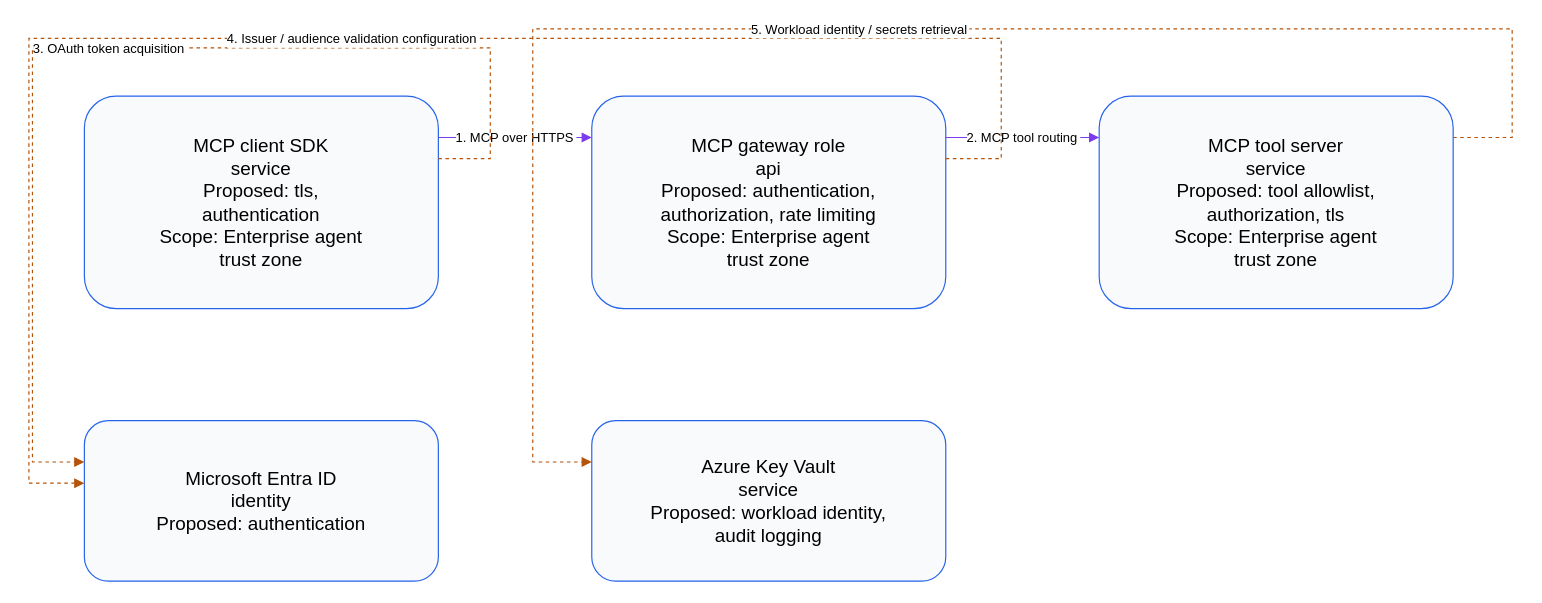
This is page "3 · Identity and tool security" (3 of 5) of docs/downloads/mcp-compact.drawio from avinash7509/archi-made-easy, a draw.io file, before an edit. Source tidied: cells renumbered, new cells numbered last; positions are measured from the earlier drawing's top-left corner, leaving out a move shared by most shapes. Both pictures are drawn from the tidied source at 118%, with x=0, y=0 at pixel (28, 28).
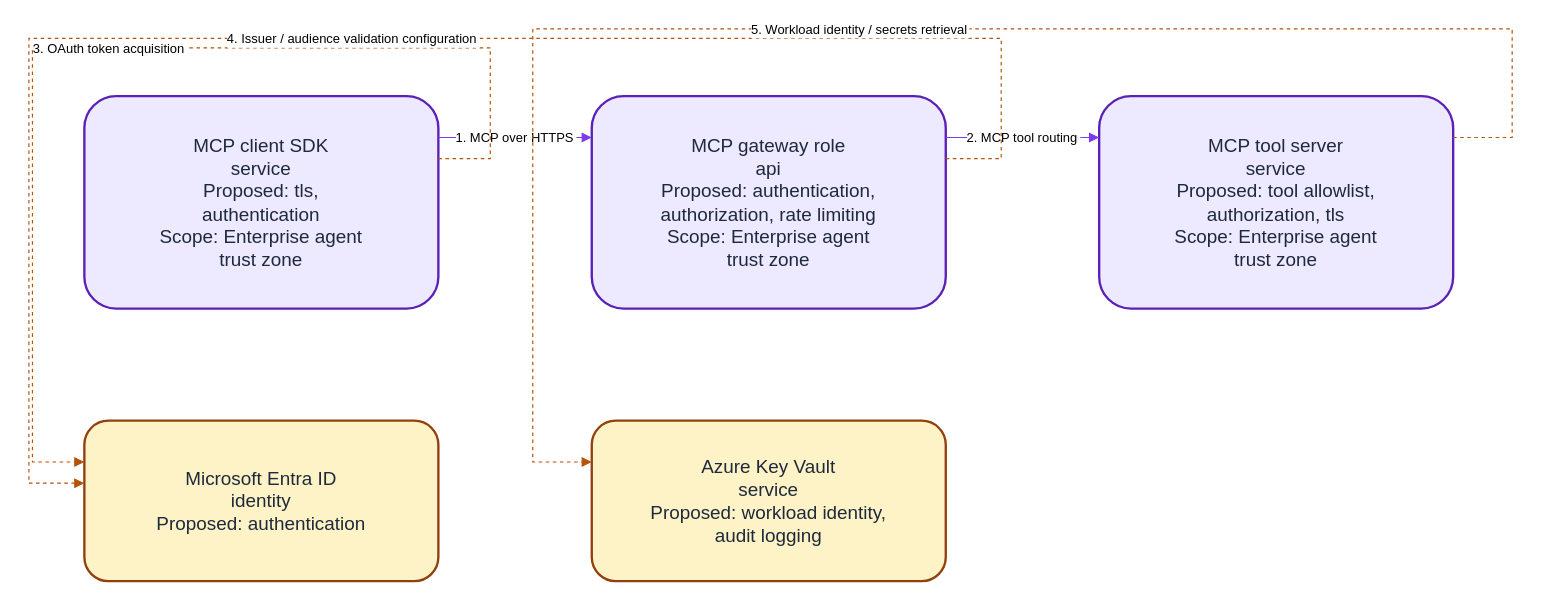
The same page after the edit.

Diff of the diagram source:
```diff
@@
-    <mxCell id="2" value="MCP client SDK&#10;service&#10;Proposed: tls,&#10;authentication&#10;Scope: Enterprise agent&#10;trust zone" style="rounded=1;whiteSpace=wrap;html=0;fontSize=16;fillColor=#f8fafc;strokeColor=#2563eb;" parent="1" vertex="1">
+    <mxCell id="2" value="MCP client SDK&#10;service&#10;Proposed: tls,&#10;authentication&#10;Scope: Enterprise agent&#10;trust zone" style="rounded=1;whiteSpace=wrap;html=0;fontSize=16;fontColor=#1e293b;fillColor=#ede9fe;strokeColor=#5b21b6;strokeWidth=2;" parent="1" vertex="1">
       <mxGeometry x="47" y="57" width="300" height="180" as="geometry" />
     </mxCell>
-    <mxCell id="3" value="MCP gateway role&#10;api&#10;Proposed: authentication,&#10;authorization, rate limiting&#10;Scope: Enterprise agent&#10;trust zone" style="rounded=1;whiteSpace=wrap;html=0;fontSize=16;fillColor=#f8fafc;strokeColor=#2563eb;" parent="1" vertex="1">
+    <mxCell id="3" value="MCP gateway role&#10;api&#10;Proposed: authentication,&#10;authorization, rate limiting&#10;Scope: Enterprise agent&#10;trust zone" style="rounded=1;whiteSpace=wrap;html=0;fontSize=16;fontColor=#1e293b;fillColor=#ede9fe;strokeColor=#5b21b6;strokeWidth=2;" parent="1" vertex="1">
       <mxGeometry x="477" y="57" width="300" height="180" as="geometry" />
     </mxCell>
-    <mxCell id="4" value="MCP tool server&#10;service&#10;Proposed: tool allowlist,&#10;authorization, tls&#10;Scope: Enterprise agent&#10;trust zone" style="rounded=1;whiteSpace=wrap;html=0;fontSize=16;fillColor=#f8fafc;strokeColor=#2563eb;" parent="1" vertex="1">
+    <mxCell id="4" value="MCP tool server&#10;service&#10;Proposed: tool allowlist,&#10;authorization, tls&#10;Scope: Enterprise agent&#10;trust zone" style="rounded=1;whiteSpace=wrap;html=0;fontSize=16;fontColor=#1e293b;fillColor=#ede9fe;strokeColor=#5b21b6;strokeWidth=2;" parent="1" vertex="1">
       <mxGeometry x="907" y="57" width="300" height="180" as="geometry" />
     </mxCell>
-    <mxCell id="5" value="Microsoft Entra ID&#10;identity&#10;Proposed: authentication" style="rounded=1;whiteSpace=wrap;html=0;fontSize=16;fillColor=#f8fafc;strokeColor=#2563eb;" parent="1" vertex="1">
+    <mxCell id="5" value="Microsoft Entra ID&#10;identity&#10;Proposed: authentication" style="rounded=1;whiteSpace=wrap;html=0;fontSize=16;fontColor=#1e293b;fillColor=#fef3c7;strokeColor=#92400e;strokeWidth=2;" parent="1" vertex="1">
       <mxGeometry x="47" y="332" width="300" height="136" as="geometry" />
     </mxCell>
-    <mxCell id="6" value="Azure Key Vault&#10;service&#10;Proposed: workload identity,&#10;audit logging" style="rounded=1;whiteSpace=wrap;html=0;fontSize=16;fillColor=#f8fafc;strokeColor=#2563eb;" parent="1" vertex="1">
+    <mxCell id="6" value="Azure Key Vault&#10;service&#10;Proposed: workload identity,&#10;audit logging" style="rounded=1;whiteSpace=wrap;html=0;fontSize=16;fontColor=#1e293b;fillColor=#fef3c7;strokeColor=#92400e;strokeWidth=2;" parent="1" vertex="1">
       <mxGeometry x="477" y="332" width="300" height="136" as="geometry" />
     </mxCell>
```
